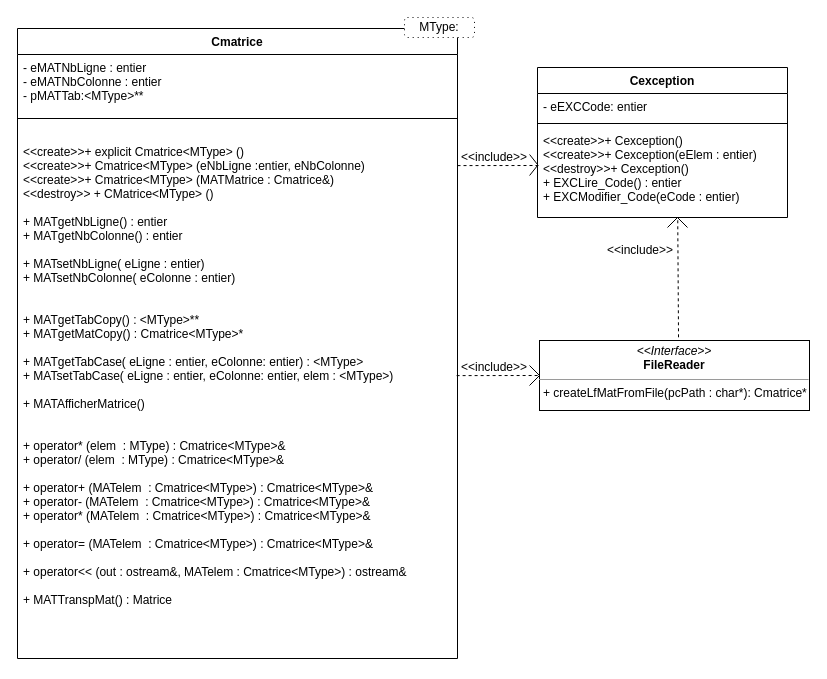
This is ClassDiagram.drawio from Banalian/ProjetTutCpp, a draw.io file, before an edit. Source tidied: cells renumbered, new cells numbered last; positions are measured from the earlier drawing's top-left corner, leaving out a move shared by most shapes. Both pictures are drawn from the tidied source at 100%, with x=0, y=0 at pixel (17, 17).
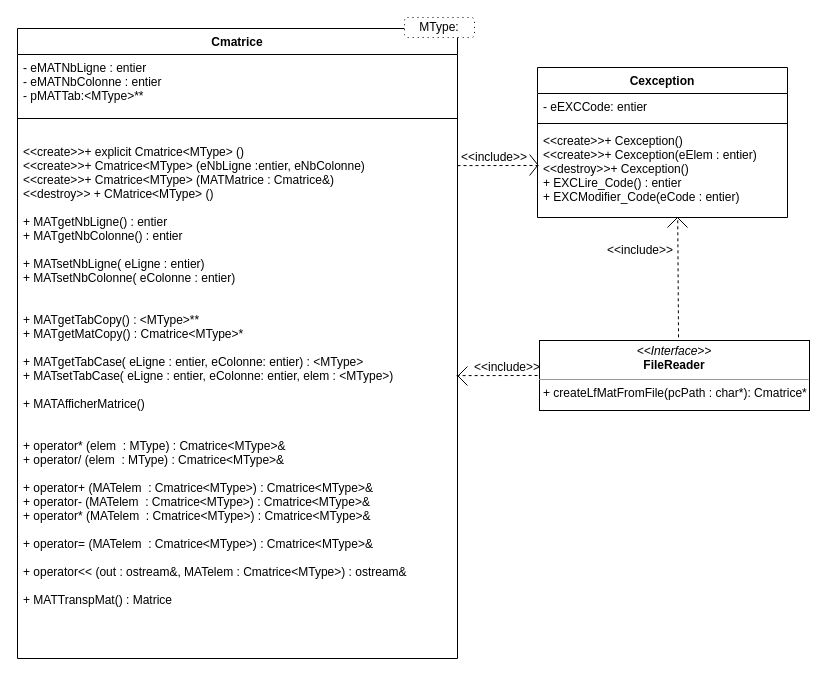
The same diagram, later.

Unchanged cells that the change refers to:
```xml
<mxCell id="2" value="Cmatrice" style="swimlane;fontStyle=1;align=center;verticalAlign=top;horizontal=1;startSize=26;" parent="1" vertex="1">
  <mxGeometry y="11" width="440" height="630" as="geometry" />
</mxCell>
```

What changed in the source:
```diff
@@
+    <mxCell id="15" style="endArrow=none;html=1;" parent="2" edge="1">
+      <mxGeometry relative="1" as="geometry">
+        <mxPoint x="450" y="338" as="sourcePoint" />
+        <mxPoint x="440" y="348" as="targetPoint" />
+      </mxGeometry>
+    </mxCell>
@@
     <mxCell id="13" value="&amp;lt;&amp;lt;include&amp;gt;&amp;gt;" style="text;html=1;strokeColor=none;fillColor=none;align=center;verticalAlign=middle;whiteSpace=wrap;rounded=0;" parent="1" vertex="1">
-      <mxGeometry x="457" y="340" width="40" height="20" as="geometry" />
+      <mxGeometry x="470" y="340" width="40" height="20" as="geometry" />
     </mxCell>
     <mxCell id="14" style="endArrow=none;html=1;" parent="1" edge="1">
       <mxGeometry relative="1" as="geometry">
-        <mxPoint x="512" y="348" as="sourcePoint" />
-        <mxPoint x="522" y="358" as="targetPoint" />
+        <mxPoint x="440" y="358" as="sourcePoint" />
+        <mxPoint x="450" y="368" as="targetPoint" />
       </mxGeometry>
     </mxCell>
-    <mxCell id="15" style="endArrow=none;html=1;" parent="1" edge="1">
-      <mxGeometry relative="1" as="geometry">
-        <mxPoint x="522" y="358" as="sourcePoint" />
-        <mxPoint x="512" y="368" as="targetPoint" />
-      </mxGeometry>
-    </mxCell>
```
